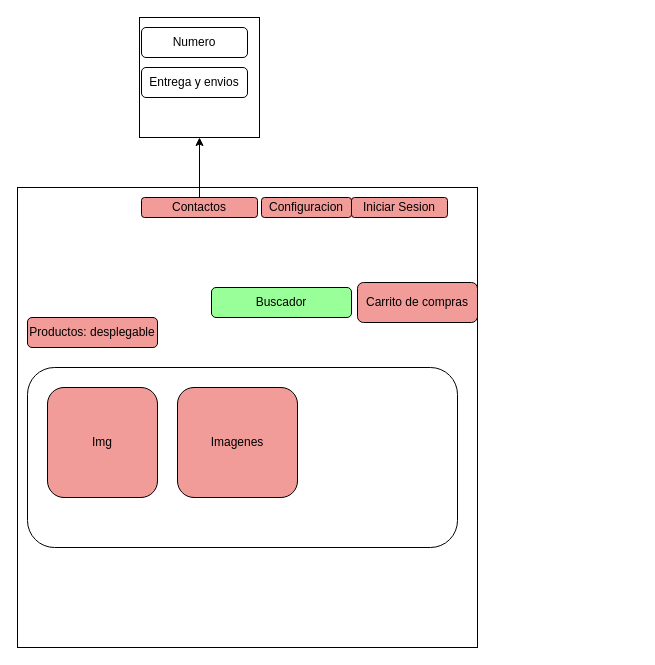
Estalin1412/Udemy_portafolioWeb keeps this draw.io diagram as public/Web0.drawio. Above is the earlier version. Source tidied: cells renumbered, new cells numbered last; positions are measured from the earlier drawing's top-left corner, leaving out a move shared by most shapes. Both pictures are drawn from the tidied source at 100%, with x=0, y=0 at pixel (17, 17).
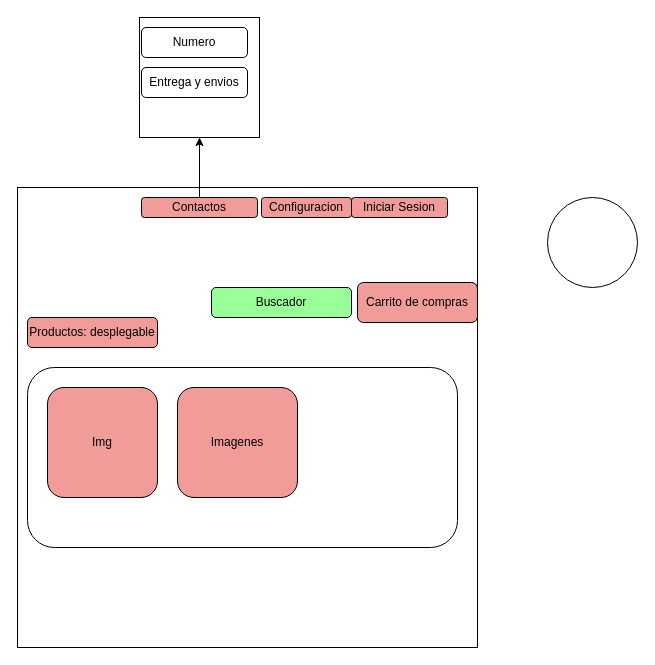
The same page after the edit.

The edit, as a diff of the source:
```diff
@@
 <mxGraphModel>
   <root>
     <mxCell id="0" />
     <mxCell id="1" parent="0" />
     <mxCell id="2" style="whiteSpace=wrap;html=1;" parent="1" vertex="1">
       <mxGeometry y="170" width="460" height="460" as="geometry" />
     </mxCell>
     <mxCell id="3" value="Iniciar Sesion" style="rounded=1;whiteSpace=wrap;html=1;fillColor=#F19C99;" parent="1" vertex="1">
       <mxGeometry x="334" y="180" width="96" height="20" as="geometry" />
     </mxCell>
     <mxCell id="4" value="Buscador" style="rounded=1;whiteSpace=wrap;html=1;fillColor=#99FF99;" parent="1" vertex="1">
       <mxGeometry x="194" y="270" width="140" height="30" as="geometry" />
     </mxCell>
     <mxCell id="5" value="Carrito de compras" style="rounded=1;whiteSpace=wrap;html=1;fillColor=#F19C99;" parent="1" vertex="1">
       <mxGeometry x="340" y="265" width="120" height="40" as="geometry" />
     </mxCell>
     <mxCell id="6" value="Productos: desplegable" style="rounded=1;whiteSpace=wrap;html=1;fillColor=#F19C99;" parent="1" vertex="1">
       <mxGeometry x="10" y="300" width="130" height="30" as="geometry" />
     </mxCell>
     <mxCell id="7" value="Configuracion" style="rounded=1;whiteSpace=wrap;html=1;fillColor=#F19C99;" parent="1" vertex="1">
       <mxGeometry x="244" y="180" width="90" height="20" as="geometry" />
     </mxCell>
     <mxCell id="8" value="Contactos" style="rounded=1;whiteSpace=wrap;html=1;fillColor=#F19C99;" parent="1" vertex="1">
       <mxGeometry x="124" y="180" width="116" height="20" as="geometry" />
     </mxCell>
     <mxCell id="9" style="endArrow=classic;html=1;rounded=0;exitX=0.5;exitY=0;exitDx=0;exitDy=0;" parent="1" edge="1" source="8" target="10">
       <mxGeometry relative="1" as="geometry" />
     </mxCell>
     <mxCell id="10" style="rounded=0;whiteSpace=wrap;html=1;" parent="1" vertex="1">
       <mxGeometry x="122" width="120" height="120" as="geometry" />
     </mxCell>
     <mxCell id="11" value="Numero" style="rounded=1;whiteSpace=wrap;html=1;" parent="1" vertex="1">
       <mxGeometry x="124" y="10" width="106" height="30" as="geometry" />
     </mxCell>
     <mxCell id="12" value="Entrega y envios" style="rounded=1;whiteSpace=wrap;html=1;" parent="1" vertex="1">
       <mxGeometry x="124" y="50" width="106" height="30" as="geometry" />
     </mxCell>
     <mxCell id="13" style="rounded=1;whiteSpace=wrap;html=1;" parent="1" vertex="1">
       <mxGeometry x="10" y="350" width="430" height="180" as="geometry" />
     </mxCell>
     <mxCell id="14" value="Img" style="rounded=1;whiteSpace=wrap;html=1;fillColor=#F19C99;" parent="1" vertex="1">
       <mxGeometry x="30" y="370" width="110" height="110" as="geometry" />
     </mxCell>
     <mxCell id="15" value="Imagenes" style="rounded=1;whiteSpace=wrap;html=1;fillColor=#F19C99;" parent="1" vertex="1">
       <mxGeometry x="160" y="370" width="120" height="110" as="geometry" />
     </mxCell>
+    <mxCell id="16" style="ellipse;whiteSpace=wrap;html=1;" parent="1" vertex="1">
+      <mxGeometry x="530" y="180" width="90" height="90" as="geometry" />
+    </mxCell>
   </root>
 </mxGraphModel>
```
